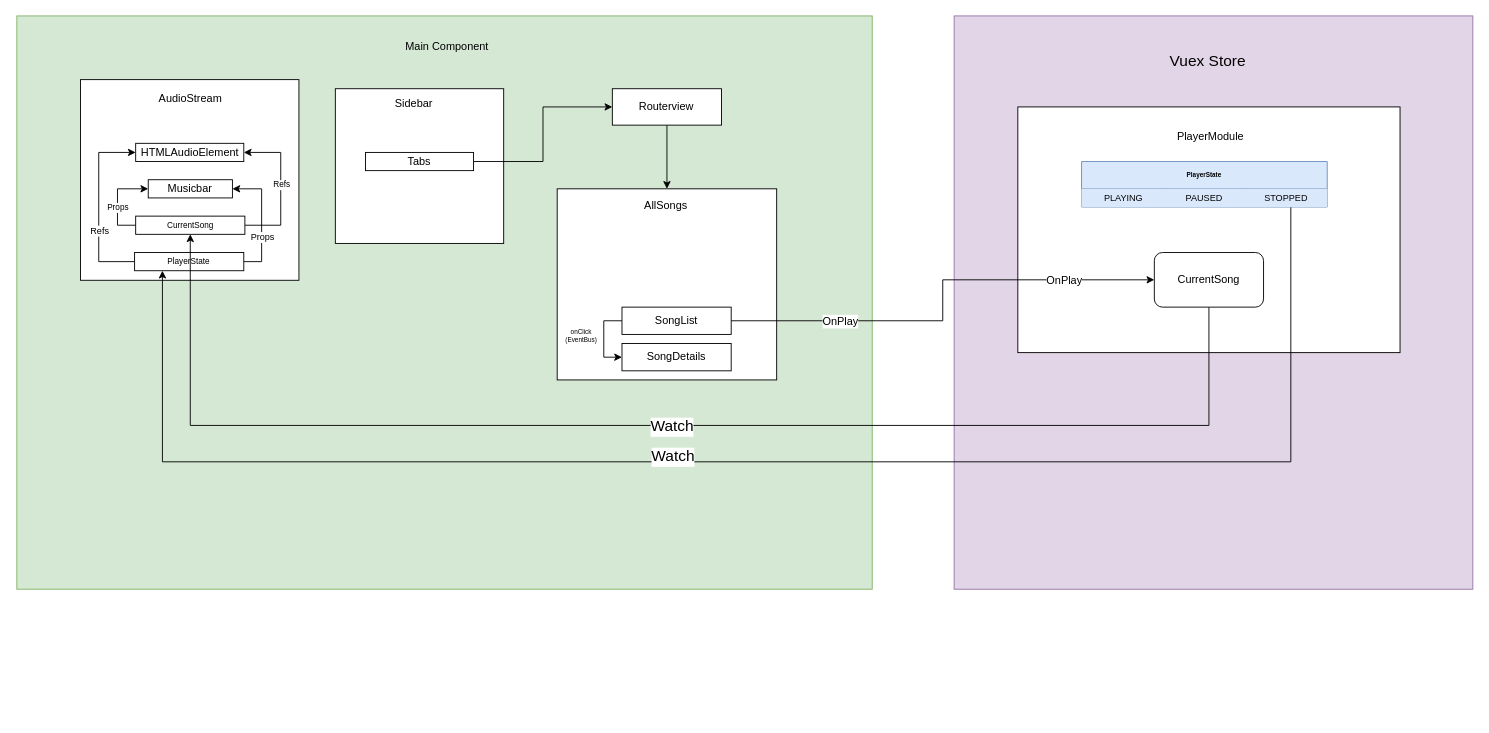
The draw.io diagram public/moosync-flow.drawio in skamansam/Moosync, before the edit. Source tidied: cells renumbered, new cells numbered last; positions are measured from the earlier drawing's top-left corner, leaving out a move shared by most shapes. Both pictures are drawn from the tidied source at 91%, with x=0, y=0 at pixel (16, 15).
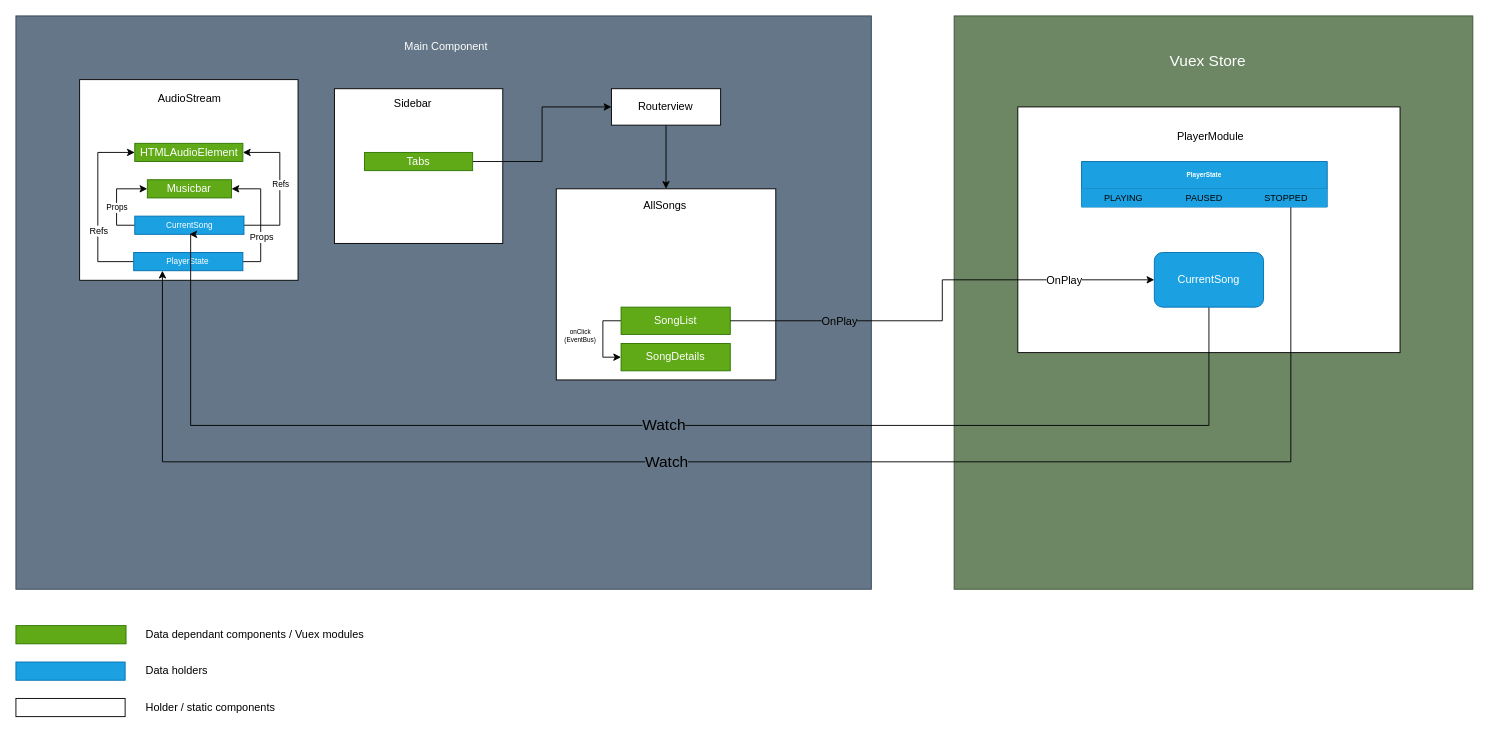
The same diagram, later.

Commit message:
Update moosync-flow

The change refers to these unchanged cells:
```xml
<mxCell id="28" style="edgeStyle=orthogonalEdgeStyle;rounded=0;jettySize=auto;html=1;fontSize=10;" parent="1" edge="1" source="30">
  <mxGeometry relative="1" as="geometry">
    <mxPoint x="160" y="280" as="targetPoint" />
    <Array as="points">
      <mxPoint x="1400" y="490" />
      <mxPoint x="160" y="490" />
      <mxPoint x="160" y="280" />
    </Array>
  </mxGeometry>
</mxCell>
<mxCell id="35" style="edgeStyle=orthogonalEdgeStyle;rounded=0;jettySize=auto;html=1;fontSize=12;entryX=0.5;entryY=1;entryDx=0;entryDy=0;" parent="1" edge="1" source="37" target="20">
  <mxGeometry relative="1" as="geometry">
    <Array as="points">
      <mxPoint x="1310" y="450" />
      <mxPoint x="191" y="450" />
      <mxPoint x="191" y="240" />
    </Array>
  </mxGeometry>
</mxCell>
<mxCell id="38" style="edgeStyle=orthogonalEdgeStyle;rounded=0;jettySize=auto;html=1;fontSize=9;" parent="1" edge="1" source="13" target="37">
  <mxGeometry relative="1" as="geometry" />
</mxCell>
```

Change to the diagram source:
```diff
@@
-    <mxCell id="2" value="&lt;div&gt;Main Component&lt;/div&gt;" style="rounded=0;whiteSpace=wrap;html=1;align=start;movableLabel=1;fillColor=#d5e8d4;strokeColor=#82b366;" parent="1" vertex="1">
-      <mxGeometry width="940" height="630" as="geometry">
+    <mxCell id="2" value="&lt;div&gt;Main Component&lt;/div&gt;" style="rounded=0;whiteSpace=wrap;html=1;align=start;movableLabel=1;fillColor=#647687;strokeColor=#314354;fontColor=#ffffff;" parent="1" vertex="1">
+      <mxGeometry x="-1" width="940" height="630" as="geometry">
         <mxPoint x="3" y="-281" as="offset" />
       </mxGeometry>
     </mxCell>
@@
-    <mxCell id="4" value="HTMLAudioElement" style="rounded=0;whiteSpace=wrap;html=1;" parent="2" vertex="1">
+    <mxCell id="4" value="HTMLAudioElement" style="rounded=0;whiteSpace=wrap;html=1;fillColor=#60a917;strokeColor=#2D7600;fontColor=#ffffff;" parent="2" vertex="1">
       <mxGeometry x="130.6" y="140" width="118.8" height="20" as="geometry" />
     </mxCell>
-    <mxCell id="5" value="Musicbar" style="rounded=0;whiteSpace=wrap;html=1;" parent="2" vertex="1">
+    <mxCell id="5" value="Musicbar" style="rounded=0;whiteSpace=wrap;html=1;fillColor=#60a917;strokeColor=#2D7600;fontColor=#ffffff;" parent="2" vertex="1">
       <mxGeometry x="144.4" y="180" width="92.5" height="20" as="geometry" />
     </mxCell>
@@
-    <mxCell id="8" value="Tabs" style="rounded=0;whiteSpace=wrap;html=1;" parent="2" vertex="1">
+    <mxCell id="8" value="Tabs" style="rounded=0;whiteSpace=wrap;html=1;fillColor=#60a917;strokeColor=#2D7600;fontColor=#ffffff;" parent="2" vertex="1">
       <mxGeometry x="383.1" y="150" width="118.8" height="20" as="geometry" />
     </mxCell>
@@
-    <mxCell id="13" value="SongList" style="rounded=0;whiteSpace=wrap;html=1;" parent="2" vertex="1">
+    <mxCell id="13" value="SongList" style="rounded=0;whiteSpace=wrap;html=1;fillColor=#60a917;strokeColor=#2D7600;fontColor=#ffffff;" parent="2" vertex="1">
       <mxGeometry x="665" y="320" width="120" height="30" as="geometry" />
     </mxCell>
-    <mxCell id="14" value="SongDetails" style="rounded=0;whiteSpace=wrap;html=1;" parent="2" vertex="1">
+    <mxCell id="14" value="SongDetails" style="rounded=0;whiteSpace=wrap;html=1;fillColor=#60a917;strokeColor=#2D7600;fontColor=#ffffff;" parent="2" vertex="1">
       <mxGeometry x="665" y="360" width="120" height="30" as="geometry" />
     </mxCell>
@@
-    <mxCell id="20" value="CurrentSong" style="rounded=0;whiteSpace=wrap;html=1;fontSize=9;" parent="2" vertex="1">
+    <mxCell id="20" value="CurrentSong" style="rounded=0;whiteSpace=wrap;html=1;fontSize=9;fillColor=#1ba1e2;strokeColor=#006EAF;fontColor=#ffffff;" parent="2" vertex="1">
       <mxGeometry x="130.6" y="220" width="120" height="20" as="geometry" />
     </mxCell>
@@
-    <mxCell id="25" value="PlayerState" style="rounded=0;whiteSpace=wrap;html=1;fontSize=9;" parent="2" vertex="1">
+    <mxCell id="25" value="PlayerState" style="rounded=0;whiteSpace=wrap;html=1;fontSize=9;fillColor=#1ba1e2;strokeColor=#006EAF;fontColor=#ffffff;" parent="2" vertex="1">
       <mxGeometry x="129.4" y="260" width="120" height="20" as="geometry" />
     </mxCell>
-    <mxCell id="26" value="&lt;font style=&quot;font-size: 17px&quot;&gt;Vuex Store&lt;/font&gt;" style="rounded=0;whiteSpace=wrap;html=1;fontSize=7;movableLabel=1;fillColor=#e1d5e7;strokeColor=#9673a6;" parent="1" vertex="1">
+    <mxCell id="26" value="&lt;font style=&quot;font-size: 17px&quot;&gt;Vuex Store&lt;/font&gt;" style="rounded=0;whiteSpace=wrap;html=1;fontSize=7;movableLabel=1;fillColor=#6d8764;strokeColor=#3A5431;fontColor=#ffffff;" parent="1" vertex="1">
       <mxGeometry x="1030" width="570" height="630" as="geometry">
         <mxPoint x="-6" y="-264" as="offset" />
       </mxGeometry>
     </mxCell>
@@
-    <mxCell id="29" value="&lt;font style=&quot;font-size: 17px;&quot;&gt;Watch&lt;/font&gt;" style="edgeLabel;html=1;align=center;verticalAlign=middle;fontSize=17;" parent="28" vertex="1">
-      <mxGeometry x="0.11" y="-6" relative="1" as="geometry" />
+    <mxCell id="29" value="&lt;font style=&quot;font-size: 17px;&quot;&gt;Watch&lt;/font&gt;" style="edgeLabel;html=1;align=center;verticalAlign=middle;fontSize=17;labelBackgroundColor=#647687;" parent="28" vertex="1">
+      <mxGeometry x="0.11" y="-6" relative="1" as="geometry">
+        <mxPoint x="-6.5" y="6" as="offset" />
+      </mxGeometry>
     </mxCell>
-    <mxCell id="30" value="PlayerState" style="shape=table;html=1;whiteSpace=wrap;startSize=30;childLayout=tableLayout;fontStyle=1;align=center;fontSize=7;fillColor=#dae8fc;strokeColor=#6c8ebf;" parent="1" vertex="1">
+    <mxCell id="30" value="PlayerState" style="shape=table;html=1;whiteSpace=wrap;startSize=30;childLayout=tableLayout;fontStyle=1;align=center;fontSize=7;fillColor=#1ba1e2;strokeColor=#006EAF;fontColor=#ffffff;" parent="1" vertex="1">
       <mxGeometry x="1170" y="160" width="270" height="50" as="geometry" />
     </mxCell>
-    <mxCell id="31" style="shape=partialRectangle;html=1;whiteSpace=wrap;fillColor=#dae8fc;top=0;left=0;bottom=0;right=0;strokeColor=#6c8ebf;" parent="30" vertex="1">
+    <mxCell id="31" style="shape=partialRectangle;html=1;whiteSpace=wrap;fillColor=#1ba1e2;top=0;left=0;bottom=0;right=0;strokeColor=#006EAF;fontColor=#ffffff;" parent="30" vertex="1">
       <mxGeometry y="30" width="270" height="20" as="geometry" />
     </mxCell>
@@
-    <mxCell id="36" value="&lt;font style=&quot;font-size: 17px&quot;&gt;Watch&lt;/font&gt;" style="edgeLabel;html=1;align=center;verticalAlign=middle;fontSize=12;" parent="35" vertex="1">
+    <mxCell id="36" value="&lt;font style=&quot;font-size: 17px&quot;&gt;Watch&lt;/font&gt;" style="edgeLabel;html=1;align=center;verticalAlign=middle;fontSize=12;labelBackgroundColor=#647687;" parent="35" vertex="1">
       <mxGeometry x="0.01" y="1" relative="1" as="geometry">
-        <mxPoint x="16" as="offset" />
+        <mxPoint x="8.6" y="-1" as="offset" />
       </mxGeometry>
     </mxCell>
-    <mxCell id="37" value="&lt;font style=&quot;font-size: 12px&quot;&gt;CurrentSong&lt;/font&gt;" style="rounded=1;whiteSpace=wrap;html=1;fontSize=7;" parent="1" vertex="1">
+    <mxCell id="37" value="&lt;font style=&quot;font-size: 12px&quot;&gt;CurrentSong&lt;/font&gt;" style="rounded=1;whiteSpace=wrap;html=1;fontSize=7;fillColor=#1ba1e2;strokeColor=#006EAF;fontColor=#ffffff;" parent="1" vertex="1">
       <mxGeometry x="1250" y="260" width="120" height="60" as="geometry" />
     </mxCell>
@@
-    <mxCell id="39" value="OnPlay" style="edgeLabel;html=1;align=center;verticalAlign=middle;fontSize=12;" parent="38" vertex="1">
+    <mxCell id="39" value="OnPlay" style="edgeLabel;html=1;align=center;verticalAlign=middle;fontSize=12;labelBackgroundColor=#647687;" parent="38" vertex="1">
       <mxGeometry x="-0.49" relative="1" as="geometry">
         <mxPoint x="-10.6" as="offset" />
       </mxGeometry>
     </mxCell>
@@
+    <mxCell id="41" style="rounded=0;whiteSpace=wrap;html=1;fillColor=#60a917;strokeColor=#2D7600;fontColor=#ffffff;" parent="1" vertex="1">
+      <mxGeometry x="-1" y="670" width="121" height="20" as="geometry" />
+    </mxCell>
+    <mxCell id="42" style="rounded=0;whiteSpace=wrap;html=1;fontSize=9;fillColor=#1ba1e2;strokeColor=#006EAF;fontColor=#ffffff;" parent="1" vertex="1">
+      <mxGeometry x="-1" y="710" width="120" height="20" as="geometry" />
+    </mxCell>
+    <mxCell id="43" style="rounded=0;whiteSpace=wrap;html=1;" parent="1" vertex="1">
+      <mxGeometry x="-1" y="750" width="120" height="20" as="geometry" />
+    </mxCell>
+    <mxCell id="44" value="Data holders" style="text;html=1;strokeColor=none;fillColor=none;align=left;verticalAlign=middle;whiteSpace=wrap;rounded=0;labelBackgroundColor=none;" parent="1" vertex="1">
+      <mxGeometry x="140" y="710" width="180" height="20" as="geometry" />
+    </mxCell>
+    <mxCell id="45" value="Data dependant components / Vuex modules" style="text;html=1;strokeColor=none;fillColor=none;align=left;verticalAlign=middle;whiteSpace=wrap;rounded=0;labelBackgroundColor=none;" parent="1" vertex="1">
+      <mxGeometry x="140" y="670" width="250" height="20" as="geometry" />
+    </mxCell>
+    <mxCell id="46" value="Holder / static components" style="text;html=1;strokeColor=none;fillColor=none;align=left;verticalAlign=middle;whiteSpace=wrap;rounded=0;labelBackgroundColor=none;" parent="1" vertex="1">
+      <mxGeometry x="140" y="750" width="180" height="20" as="geometry" />
+    </mxCell>
```
